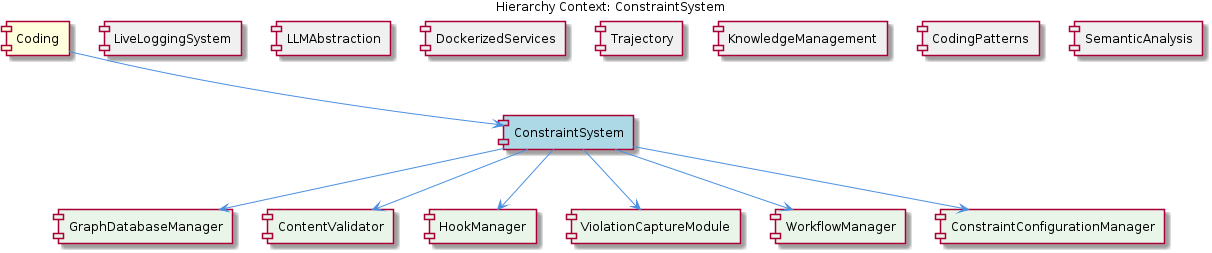
Above: knowledge-management/insights/images/constraint-system-relationship.png in fwornle/coding (PlantUML), before the change. Its source is kept beside it as .data/knowledge-graph/insights/puml/constraint-system-relationship.puml.
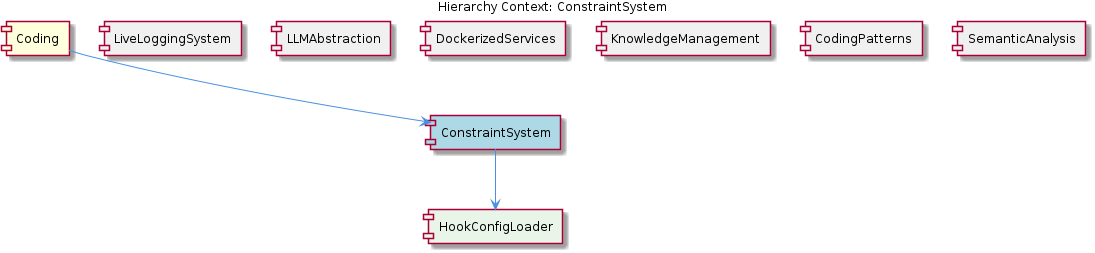
After the commit.

Change to the diagram source:
```diff
@@ -8,30 +8,18 @@
 [LiveLoggingSystem] as live_logging_system #F0F0F0
 [LLMAbstraction] as llmabstraction #F0F0F0
 [DockerizedServices] as dockerized_services #F0F0F0
-[Trajectory] as trajectory #F0F0F0
 [KnowledgeManagement] as knowledge_management #F0F0F0
 [CodingPatterns] as coding_patterns #F0F0F0
 [SemanticAnalysis] as semantic_analysis #F0F0F0
-[GraphDatabaseManager] as graph_database_manager #E8F5E8
-[ContentValidator] as content_validator #E8F5E8
-[HookManager] as hook_manager #E8F5E8
-[ViolationCaptureModule] as violation_capture_module #E8F5E8
-[WorkflowManager] as workflow_manager #E8F5E8
-[ConstraintConfigurationManager] as constraint_configuration_manager #E8F5E8
+[HookConfigLoader] as hook_config_loader #E8F5E8
 
 coding --> constraint_system
 live_logging_system -[hidden]- constraint_system
 llmabstraction -[hidden]- constraint_system
 dockerized_services -[hidden]- constraint_system
-trajectory -[hidden]- constraint_system
 knowledge_management -[hidden]- constraint_system
 coding_patterns -[hidden]- constraint_system
 semantic_analysis -[hidden]- constraint_system
-constraint_system --> graph_database_manager
-constraint_system --> content_validator
-constraint_system --> hook_manager
-constraint_system --> violation_capture_module
-constraint_system --> workflow_manager
-constraint_system --> constraint_configuration_manager
+constraint_system --> hook_config_loader
 
 @enduml
```
